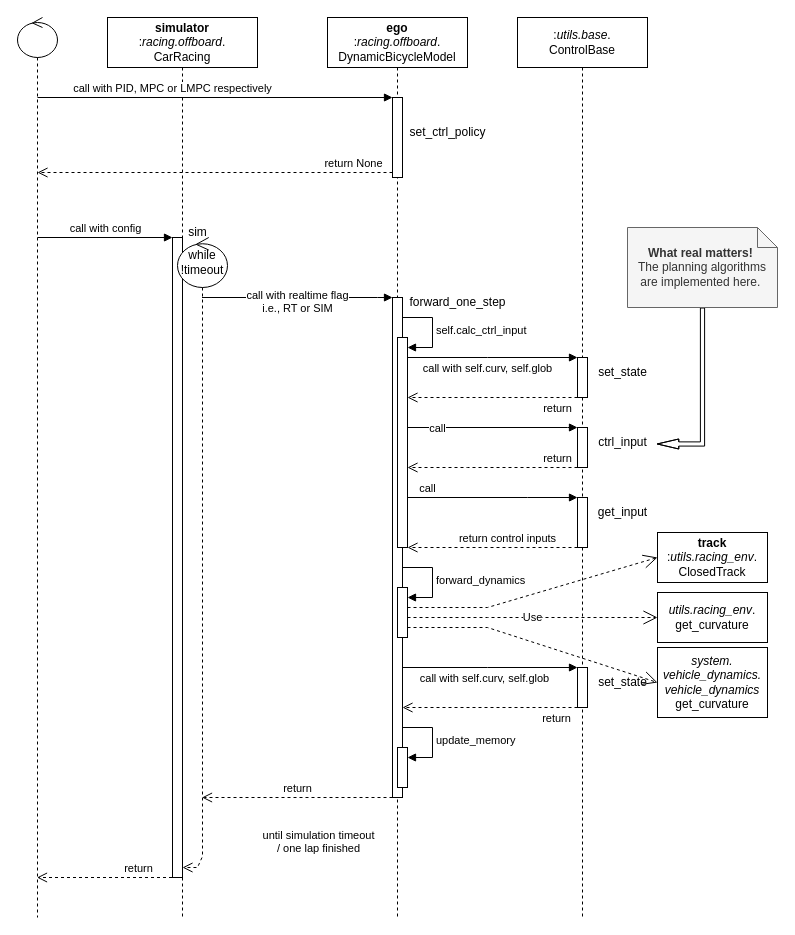
The draw.io diagram page "function stack" (4 of 4) of structure.drawio in HybridRobotics/car-racing, before the edit. Source tidied: cells renumbered, new cells numbered last; positions are measured from the earlier drawing's top-left corner, leaving out a move shared by most shapes. Both pictures are drawn from the tidied source at 100%, with x=0, y=0 at pixel (17, 17).
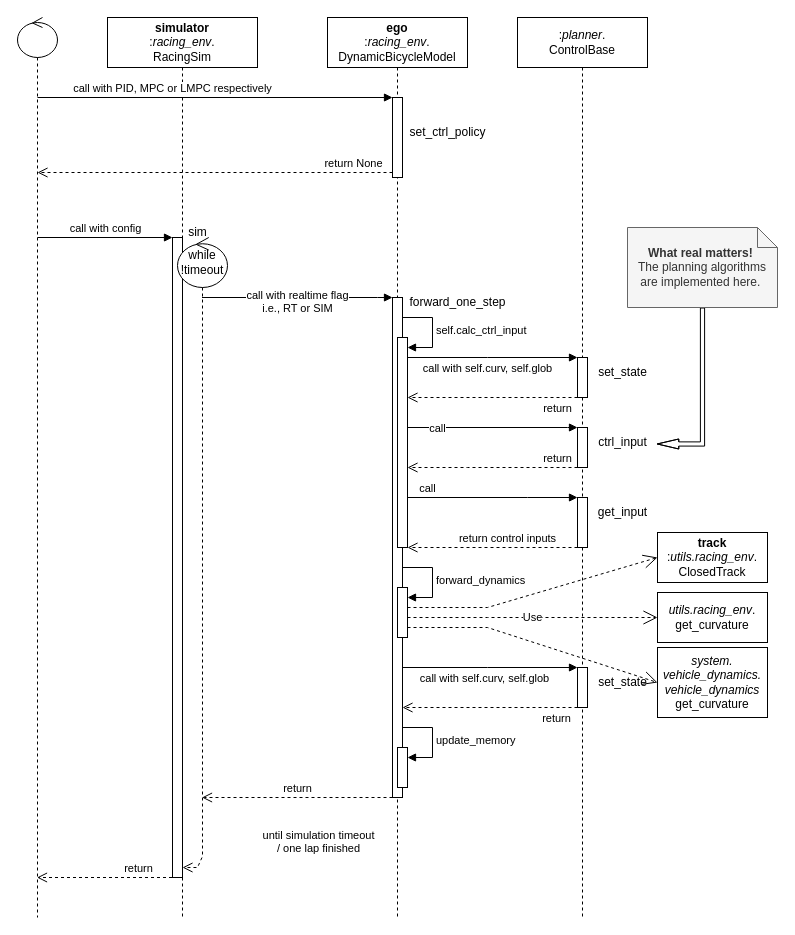
After the change.

The edit, as a diff of the source:
```diff
@@
-    <mxCell id="3" value="&lt;b&gt;simulator&lt;/b&gt;&lt;br&gt;:&lt;i&gt;racing.offboard&lt;/i&gt;.&lt;br&gt;CarRacing" style="shape=umlLifeline;perimeter=lifelinePerimeter;whiteSpace=wrap;html=1;newEdgeStyle={&quot;edgeStyle&quot;:&quot;elbowEdgeStyle&quot;,&quot;elbow&quot;:&quot;vertical&quot;,&quot;curved&quot;:0,&quot;rounded&quot;:0};size=50;" parent="1" vertex="1">
+    <mxCell id="3" value="&lt;b&gt;simulator&lt;/b&gt;&lt;br&gt;:&lt;i&gt;racing_env&lt;/i&gt;.&lt;br&gt;RacingSim" style="shape=umlLifeline;perimeter=lifelinePerimeter;whiteSpace=wrap;html=1;newEdgeStyle={&quot;edgeStyle&quot;:&quot;elbowEdgeStyle&quot;,&quot;elbow&quot;:&quot;vertical&quot;,&quot;curved&quot;:0,&quot;rounded&quot;:0};size=50;" parent="1" vertex="1">
       <mxGeometry x="90" width="150" height="900" as="geometry" />
     </mxCell>
@@
-    <mxCell id="7" value="&lt;b&gt;ego&lt;/b&gt;&lt;br&gt;:&lt;i&gt;racing.offboard&lt;/i&gt;.&lt;br&gt;DynamicBicycleModel" style="shape=umlLifeline;perimeter=lifelinePerimeter;whiteSpace=wrap;html=1;newEdgeStyle={&quot;edgeStyle&quot;:&quot;elbowEdgeStyle&quot;,&quot;elbow&quot;:&quot;vertical&quot;,&quot;curved&quot;:0,&quot;rounded&quot;:0};size=50;" parent="1" vertex="1">
+    <mxCell id="7" value="&lt;b&gt;ego&lt;/b&gt;&lt;br&gt;:&lt;i&gt;racing_env&lt;/i&gt;.&lt;br&gt;DynamicBicycleModel" style="shape=umlLifeline;perimeter=lifelinePerimeter;whiteSpace=wrap;html=1;newEdgeStyle={&quot;edgeStyle&quot;:&quot;elbowEdgeStyle&quot;,&quot;elbow&quot;:&quot;vertical&quot;,&quot;curved&quot;:0,&quot;rounded&quot;:0};size=50;" parent="1" vertex="1">
       <mxGeometry x="310" width="140" height="900" as="geometry" />
     </mxCell>
@@
-    <mxCell id="21" value=":&lt;i&gt;utils.base&lt;/i&gt;.&lt;br&gt;ControlBase" style="shape=umlLifeline;perimeter=lifelinePerimeter;whiteSpace=wrap;html=1;newEdgeStyle={&quot;edgeStyle&quot;:&quot;elbowEdgeStyle&quot;,&quot;elbow&quot;:&quot;vertical&quot;,&quot;curved&quot;:0,&quot;rounded&quot;:0};size=50;" parent="1" vertex="1">
+    <mxCell id="21" value=":&lt;i&gt;planner&lt;/i&gt;.&lt;br&gt;ControlBase" style="shape=umlLifeline;perimeter=lifelinePerimeter;whiteSpace=wrap;html=1;newEdgeStyle={&quot;edgeStyle&quot;:&quot;elbowEdgeStyle&quot;,&quot;elbow&quot;:&quot;vertical&quot;,&quot;curved&quot;:0,&quot;rounded&quot;:0};size=50;" parent="1" vertex="1">
       <mxGeometry x="500" width="130" height="900" as="geometry" />
     </mxCell>
```
